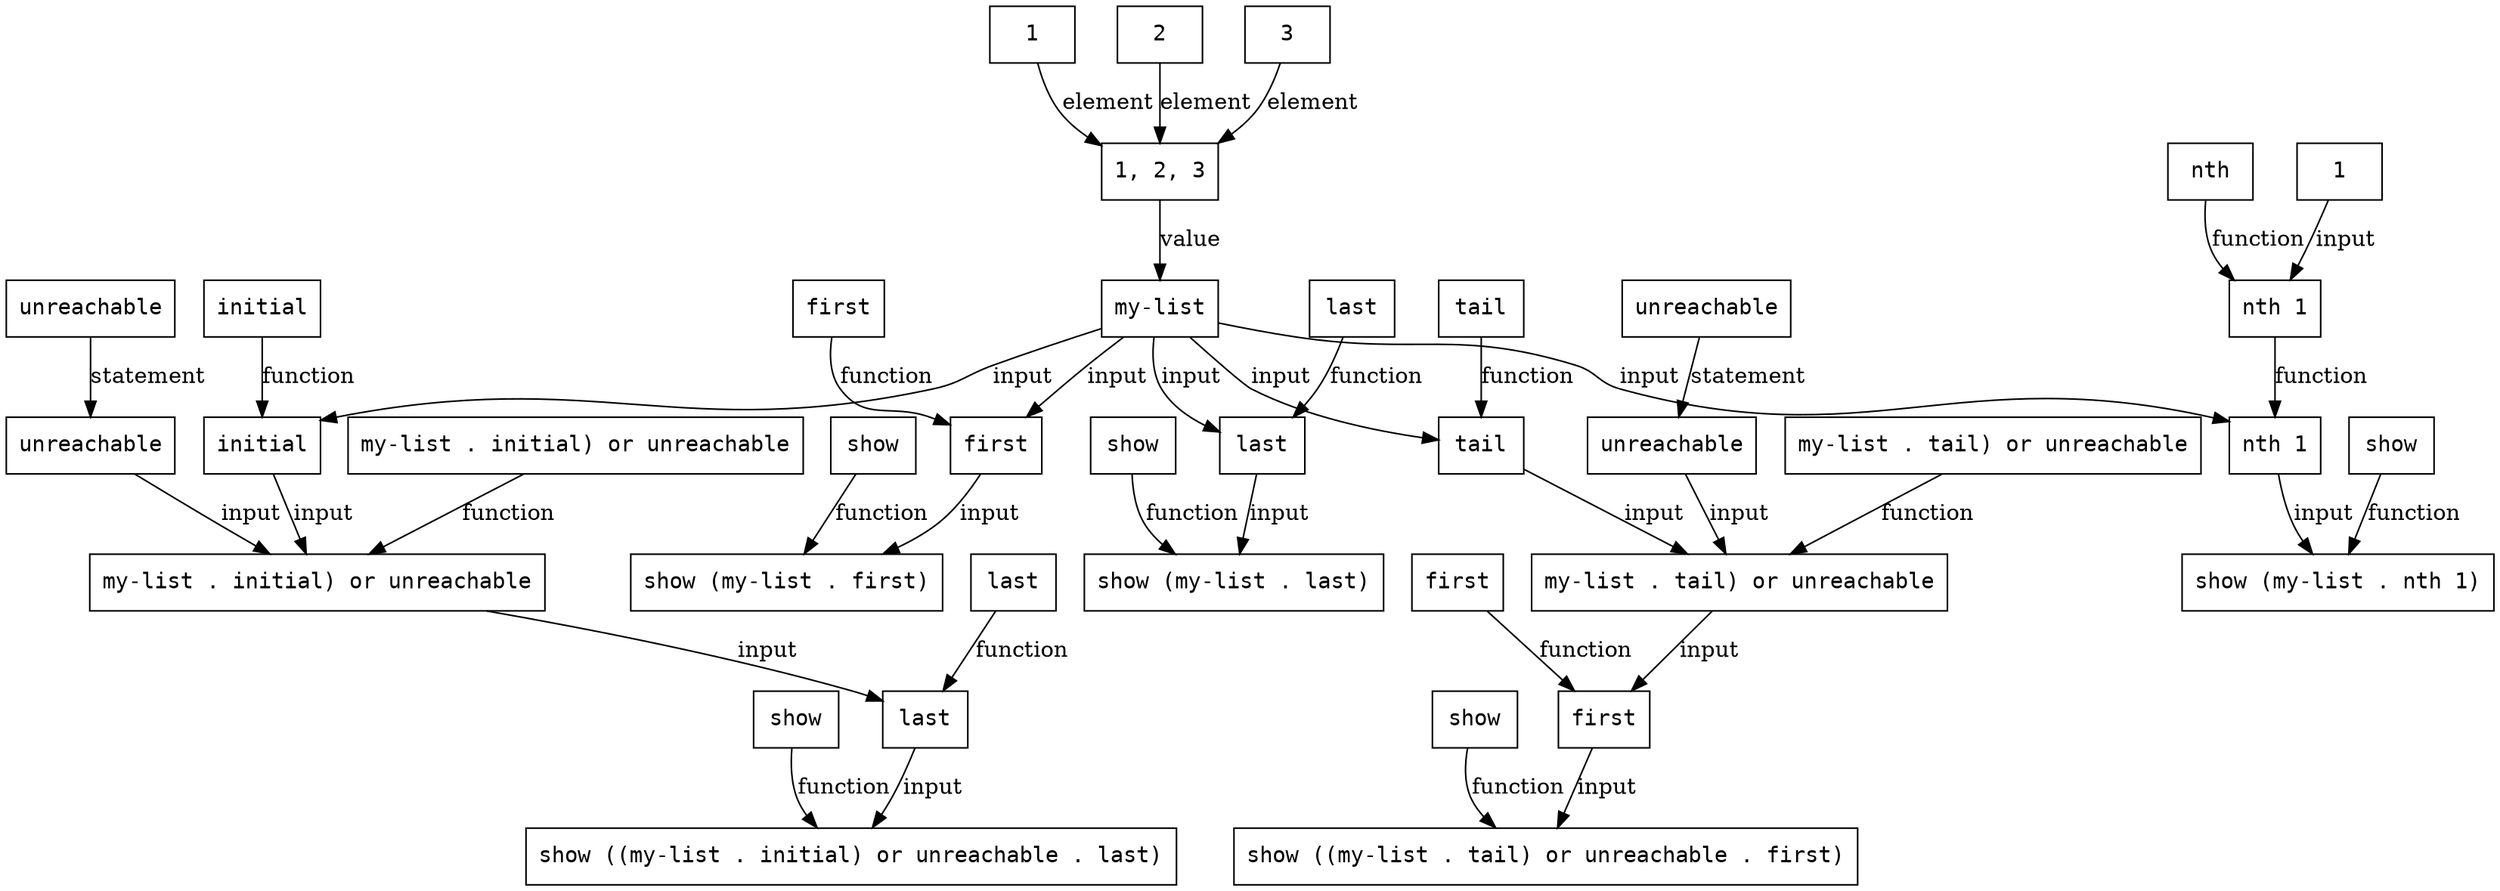
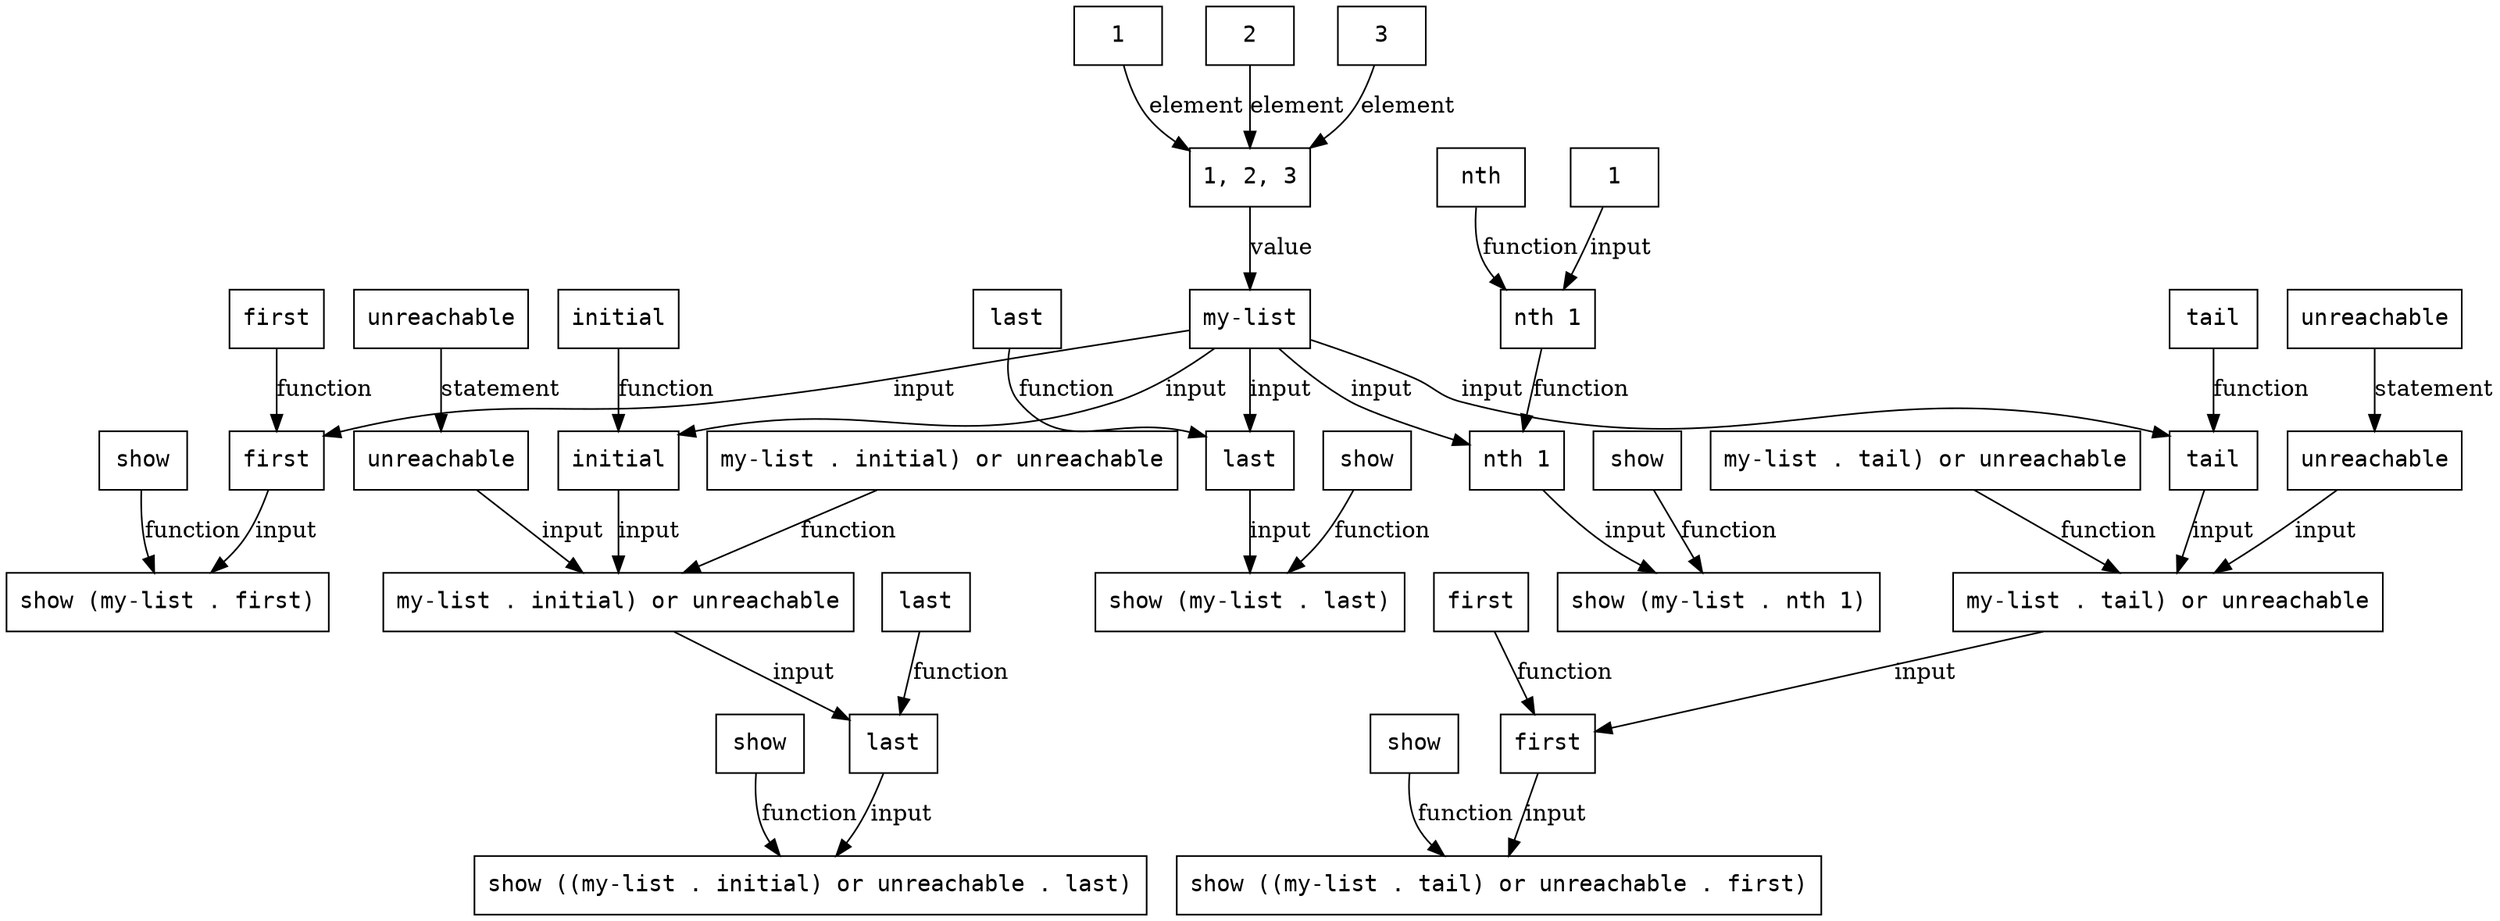
digraph G {
  node [shape=box, fontname=monospace]
  node_2_8 [label="1, 2, 3"]
  node_2_10 [label="1"]
  node_2_11 [label="2"]
  node_2_12 [label="3"]
  node_2_31 [label="my-list"]
  node_2_32 [label="show (my-list . first)"]
  node_2_33 [label="show"]
  node_2_35 [label="first"]
  node_2_37 [label="first"]
  node_2_38 [label="show (my-list . last)"]
  node_2_39 [label="show"]
  node_2_41 [label="last"]
  node_2_43 [label="last"]
  node_2_44 [label="show ((my-list . initial) or unreachable . last)"]
  node_2_45 [label="show"]
  node_2_47 [label="last"]
  node_2_49 [label="last"]
  node_2_50 [label="my-list . initial) or unreachable"]
  node_2_53 [label="unreachable"]
-   node_2_54 [label="my-list . initial) or unreachable"]
-   node_2_58 [label="initial"]
-   node_2_60 [label="initial"]
-   node_2_61 [label="unreachable"]
+   node_2_54 [label="unreachable"]
+   node_2_55 [label="my-list . initial) or unreachable"]
+   node_2_59 [label="initial"]
+   node_2_61 [label="initial"]
  node_2_63 [label="show ((my-list . tail) or unreachable . first)"]
  node_2_64 [label="show"]
  node_2_66 [label="first"]
  node_2_68 [label="first"]
  node_2_69 [label="my-list . tail) or unreachable"]
  node_2_72 [label="unreachable"]
-   node_2_73 [label="my-list . tail) or unreachable"]
-   node_2_77 [label="tail"]
-   node_2_79 [label="tail"]
-   node_2_80 [label="unreachable"]
+   node_2_73 [label="unreachable"]
+   node_2_74 [label="my-list . tail) or unreachable"]
+   node_2_78 [label="tail"]
+   node_2_80 [label="tail"]
  node_2_82 [label="show (my-list . nth 1)"]
  node_2_83 [label="show"]
  node_2_85 [label="nth 1"]
  node_2_87 [label="nth 1"]
  node_2_88 [label="nth"]
  node_2_89 [label="1"]
  node_2_8 -> node_2_31 [label="value"]
  node_2_10 -> node_2_8 [label="element"]
  node_2_11 -> node_2_8 [label="element"]
  node_2_12 -> node_2_8 [label="element"]
  node_2_31 -> node_2_35 [label="input"]
  node_2_31 -> node_2_41 [label="input"]
-   node_2_31 -> node_2_58 [label="input"]
-   node_2_31 -> node_2_77 [label="input"]
+   node_2_31 -> node_2_59 [label="input"]
+   node_2_31 -> node_2_78 [label="input"]
  node_2_31 -> node_2_85 [label="input"]
  node_2_33 -> node_2_32 [label="function"]
  node_2_35 -> node_2_32 [label="input"]
  node_2_37 -> node_2_35 [label="function"]
  node_2_39 -> node_2_38 [label="function"]
  node_2_41 -> node_2_38 [label="input"]
  node_2_43 -> node_2_41 [label="function"]
  node_2_45 -> node_2_44 [label="function"]
  node_2_47 -> node_2_44 [label="input"]
  node_2_49 -> node_2_47 [label="function"]
  node_2_50 -> node_2_47 [label="input"]
-   node_2_53 -> node_2_61 [label="statement"]
-   node_2_54 -> node_2_50 [label="function"]
-   node_2_58 -> node_2_50 [label="input"]
-   node_2_60 -> node_2_58 [label="function"]
-   node_2_61 -> node_2_50 [label="input"]
+   node_2_53 -> node_2_54 [label="statement"]
+   node_2_54 -> node_2_50 [label="input"]
+   node_2_55 -> node_2_50 [label="function"]
+   node_2_59 -> node_2_50 [label="input"]
+   node_2_61 -> node_2_59 [label="function"]
  node_2_64 -> node_2_63 [label="function"]
  node_2_66 -> node_2_63 [label="input"]
  node_2_68 -> node_2_66 [label="function"]
  node_2_69 -> node_2_66 [label="input"]
-   node_2_72 -> node_2_80 [label="statement"]
-   node_2_73 -> node_2_69 [label="function"]
-   node_2_77 -> node_2_69 [label="input"]
-   node_2_79 -> node_2_77 [label="function"]
-   node_2_80 -> node_2_69 [label="input"]
+   node_2_72 -> node_2_73 [label="statement"]
+   node_2_73 -> node_2_69 [label="input"]
+   node_2_74 -> node_2_69 [label="function"]
+   node_2_78 -> node_2_69 [label="input"]
+   node_2_80 -> node_2_78 [label="function"]
  node_2_83 -> node_2_82 [label="function"]
  node_2_85 -> node_2_82 [label="input"]
  node_2_87 -> node_2_85 [label="function"]
  node_2_88 -> node_2_87 [label="function"]
  node_2_89 -> node_2_87 [label="input"]
}
